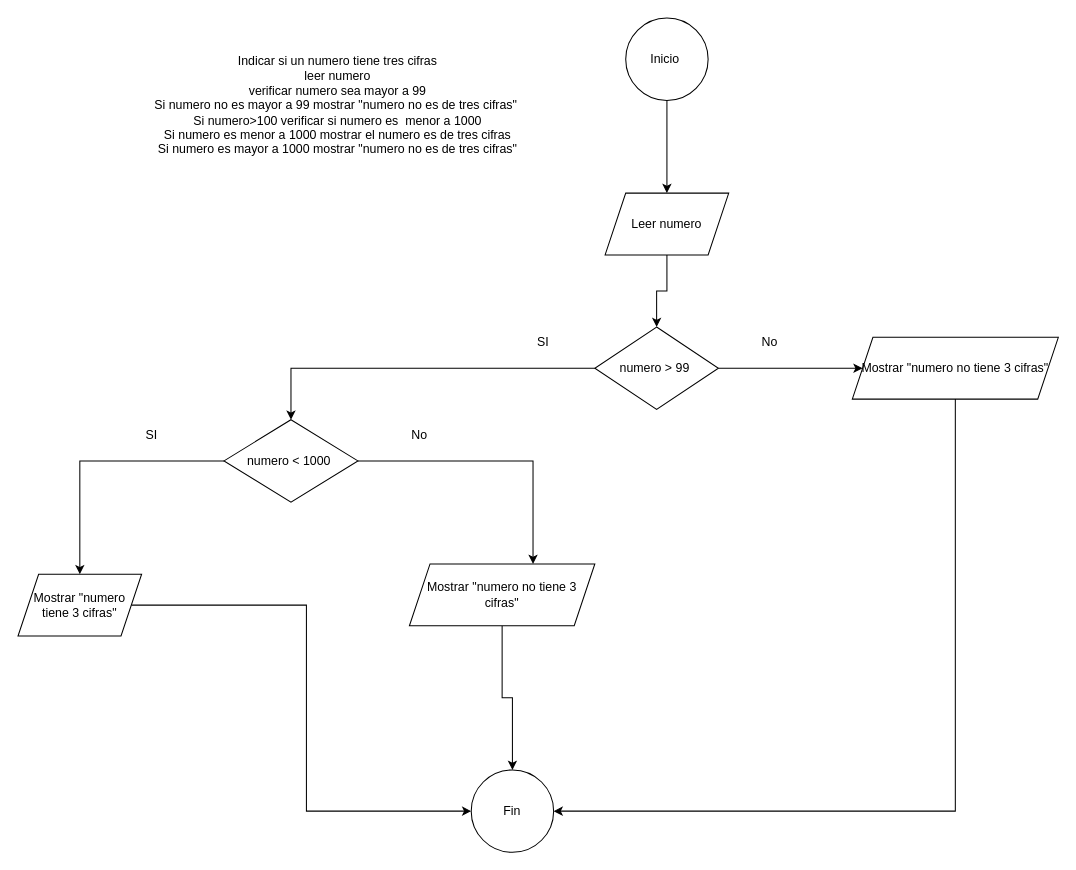
Earlier version of the draw.io diagram ver_numero_3_cifras.drawio (pyronet/2024-III_BCD2202_Introducci-n_tecnolog-a_Informatica_-Introducci-n_Programaci-n). Source tidied: cells renumbered, new cells numbered last; positions are measured from the earlier drawing's top-left corner, leaving out a move shared by most shapes. Both pictures are drawn from the tidied source at 103%, with x=0, y=0 at pixel (18, 18).
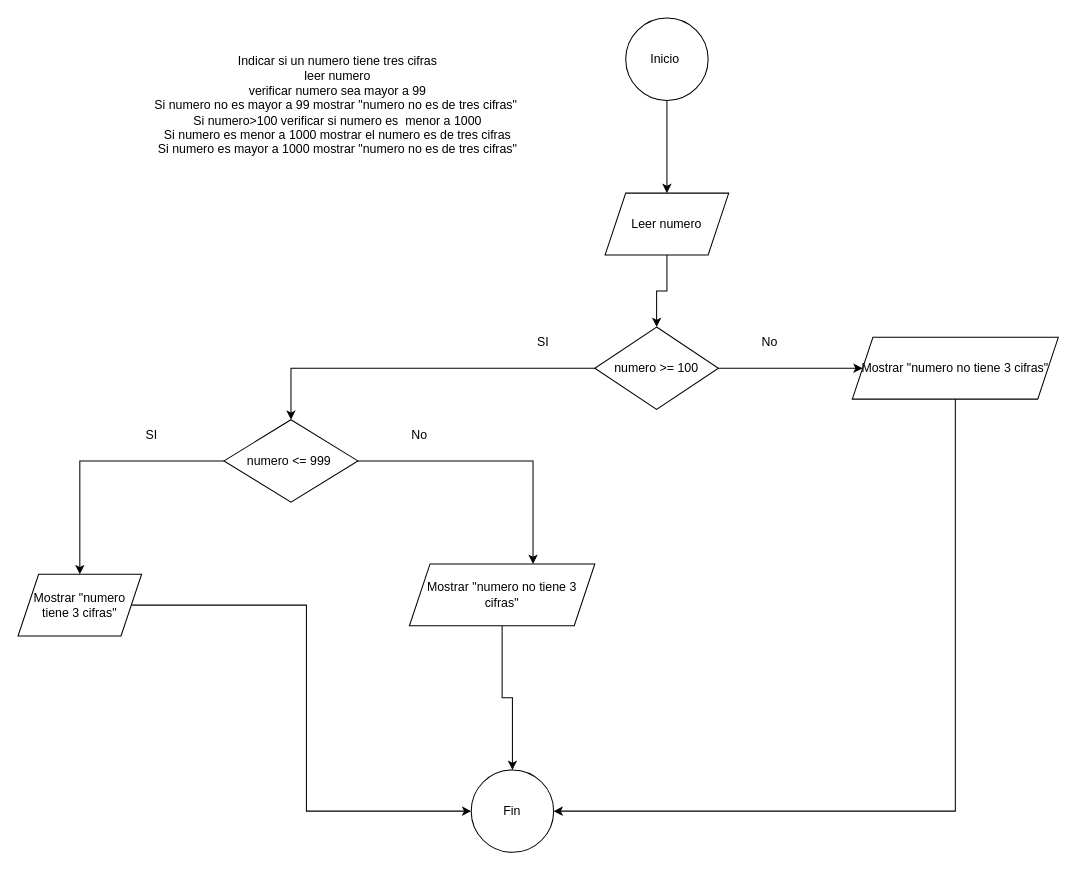
Above is the later version.

What changed in the source:
```diff
@@
-    <mxCell id="9" value="numero &amp;gt; 99&amp;nbsp;" style="rhombus;whiteSpace=wrap;html=1;" parent="1" vertex="1">
+    <mxCell id="9" value="numero &amp;gt;= 100" style="rhombus;whiteSpace=wrap;html=1;" parent="1" vertex="1">
       <mxGeometry x="560" y="300" width="120" height="80" as="geometry" />
     </mxCell>
@@
-    <mxCell id="14" value="numero &amp;lt; 1000&amp;nbsp;" style="rhombus;whiteSpace=wrap;html=1;" parent="1" vertex="1">
+    <mxCell id="14" value="numero &amp;lt;= 999&amp;nbsp;" style="rhombus;whiteSpace=wrap;html=1;" parent="1" vertex="1">
       <mxGeometry x="200" y="390" width="130" height="80" as="geometry" />
     </mxCell>
```
